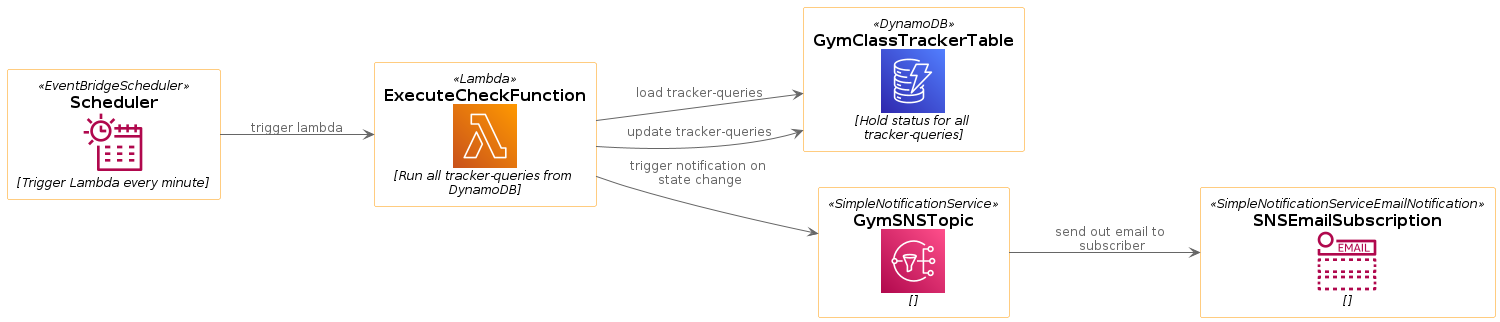
Earlier version of the PlantUML export docs/rendered/aws-architecture.png (iris-hunkeler/gym-class-tracker).
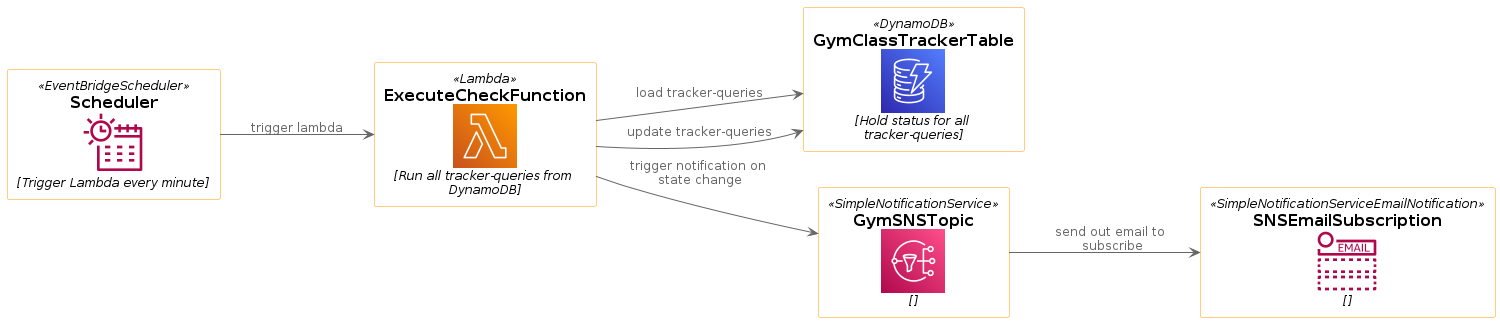
The same diagram one commit later.

What changed in the source:
```diff
@@ -1,10 +1,7 @@
-@startuml gym-class-tracker
+@startuml aws-architecture
 
 !define AWSPuml https://raw.githubusercontent.com/awslabs/aws-icons-for-plantuml/v15.0/dist
 !include AWSPuml/AWSCommon.puml
-!include AWSPuml/InternetOfThings/IoTRule.puml
-!include AWSPuml/Analytics/KinesisDataStreams.puml
-!include AWSPuml/ApplicationIntegration/SimpleQueueService.puml
 !include AWSPuml/Compute/Lambda.puml
 !include AWSPuml/Database/DynamoDB.puml
 !include AWSPuml/ApplicationIntegration/EventBridgeScheduler.puml
@@ -24,8 +21,6 @@
 execute_check --> db: load tracker-queries
 execute_check --> db: update tracker-queries
 execute_check --> sns: trigger notification on state change
-sns --> sns_email: send out email to subscriber
-
-
+sns --> sns_email: send out email to subscribe
 
 @enduml
```
